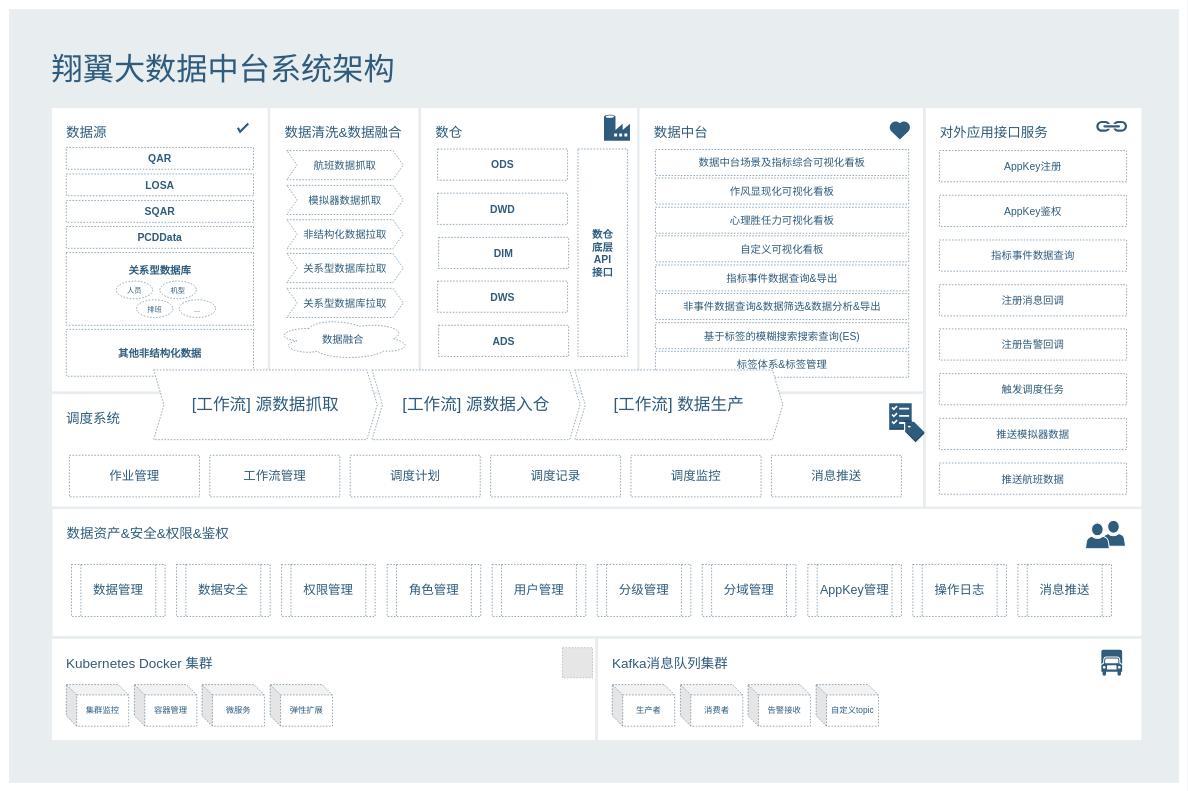
Before: xiangyi_datawarehouse.drawio in chruit30/draw.io, a draw.io diagram. Source tidied: cells renumbered, new cells numbered last; positions are measured from the earlier drawing's top-left corner, leaving out a move shared by most shapes. Both pictures are drawn from the tidied source at 52%, with x=0, y=0 at pixel (9, 9). Pictures stored in the file or linked from it are replaced by grey dashed boxes.
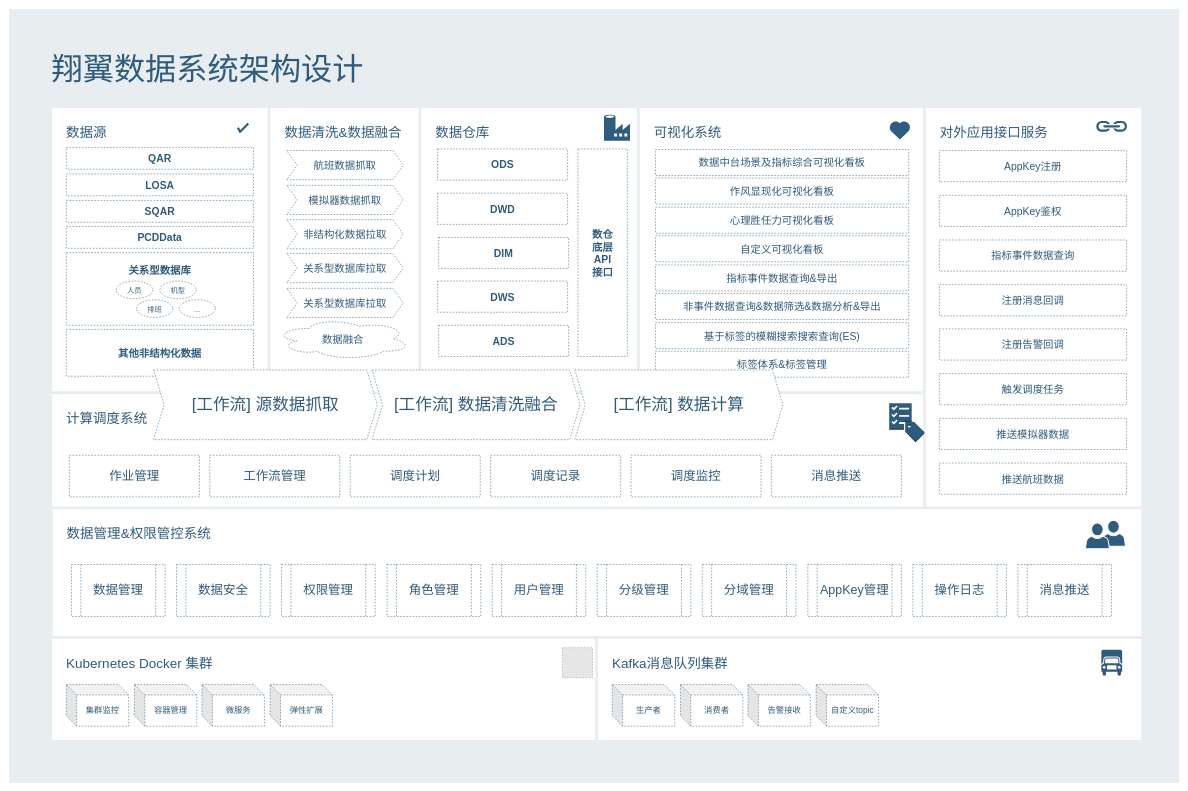
After the change.

The edit, as a diff of the source:
```diff
@@
-    <mxCell id="5" value="&lt;div style=&quot;font-size: 26px&quot;&gt;数仓&lt;br style=&quot;font-size: 12px;&quot;&gt;&lt;/div&gt;&lt;div&gt;&lt;b&gt;&lt;br&gt;&lt;/b&gt;&lt;/div&gt;&lt;div&gt;&lt;b&gt;&lt;br&gt;&lt;/b&gt;&lt;/div&gt;&lt;div&gt;&lt;b&gt;&lt;br&gt;&lt;/b&gt;&lt;/div&gt;&lt;div style=&quot;font-size: 10px&quot;&gt;&lt;br&gt;&lt;/div&gt;" style="rounded=0;whiteSpace=wrap;html=1;shadow=0;labelBackgroundColor=none;strokeColor=#e8edf0;strokeWidth=5;fillColor=#ffffff;fontSize=12;fontColor=#2F5B7C;align=left;verticalAlign=top;spacing=30;" parent="1" vertex="1">
+    <mxCell id="5" value="&lt;div style=&quot;font-size: 26px&quot;&gt;数据仓库&lt;br style=&quot;font-size: 12px;&quot;&gt;&lt;/div&gt;&lt;div&gt;&lt;b&gt;&lt;br&gt;&lt;/b&gt;&lt;/div&gt;&lt;div&gt;&lt;b&gt;&lt;br&gt;&lt;/b&gt;&lt;/div&gt;&lt;div&gt;&lt;b&gt;&lt;br&gt;&lt;/b&gt;&lt;/div&gt;&lt;div style=&quot;font-size: 10px&quot;&gt;&lt;br&gt;&lt;/div&gt;" style="rounded=0;whiteSpace=wrap;html=1;shadow=0;labelBackgroundColor=none;strokeColor=#e8edf0;strokeWidth=5;fillColor=#ffffff;fontSize=12;fontColor=#2F5B7C;align=left;verticalAlign=top;spacing=30;" parent="1" vertex="1">
       <mxGeometry x="790" y="188" width="420" height="550" as="geometry" />
     </mxCell>
@@
-    <mxCell id="7" value="&lt;div&gt;&lt;font style=&quot;font-size: 26px&quot;&gt;数据中台&lt;/font&gt;&lt;/div&gt;&lt;div&gt;&lt;br&gt;&lt;/div&gt;&lt;div&gt;&lt;br&gt;&lt;/div&gt;&lt;div style=&quot;font-size: 10px&quot;&gt;&lt;br&gt;&lt;/div&gt;" style="rounded=0;whiteSpace=wrap;html=1;shadow=0;labelBackgroundColor=none;strokeColor=#e8edf0;strokeWidth=5;fillColor=#ffffff;fontSize=12;fontColor=#2F5B7C;align=left;verticalAlign=top;spacing=30;" parent="1" vertex="1">
+    <mxCell id="7" value="&lt;div&gt;&lt;font style=&quot;font-size: 26px&quot;&gt;可视化系统&lt;/font&gt;&lt;/div&gt;&lt;div&gt;&lt;br&gt;&lt;/div&gt;&lt;div&gt;&lt;br&gt;&lt;/div&gt;&lt;div style=&quot;font-size: 10px&quot;&gt;&lt;br&gt;&lt;/div&gt;" style="rounded=0;whiteSpace=wrap;html=1;shadow=0;labelBackgroundColor=none;strokeColor=#e8edf0;strokeWidth=5;fillColor=#ffffff;fontSize=12;fontColor=#2F5B7C;align=left;verticalAlign=top;spacing=30;" parent="1" vertex="1">
       <mxGeometry x="1210" y="188" width="550" height="550" as="geometry" />
     </mxCell>
@@
-    <mxCell id="10" value="翔翼大数据中台系统架构" style="text;html=1;align=left;verticalAlign=top;spacingTop=-4;fontSize=60;fontColor=#2F5B7C;" parent="1" vertex="1">
-      <mxGeometry x="80" y="78" width="680" height="80" as="geometry" />
+    <mxCell id="10" value="翔翼数据系统架构设计" style="text;html=1;align=left;verticalAlign=top;spacingTop=-4;fontSize=60;fontColor=#2F5B7C;" parent="1" vertex="1">
+      <mxGeometry x="80" y="78" width="620" height="80" as="geometry" />
     </mxCell>
@@
-    <mxCell id="22" value="&lt;div style=&quot;font-size: 26px&quot;&gt;调度系统&lt;br&gt;&lt;/div&gt;" style="rounded=0;whiteSpace=wrap;html=1;shadow=0;labelBackgroundColor=none;strokeColor=#e8edf0;strokeWidth=5;fillColor=#ffffff;fontSize=12;fontColor=#2F5B7C;align=left;verticalAlign=top;spacing=30;" parent="1" vertex="1">
+    <mxCell id="22" value="&lt;div style=&quot;font-size: 26px&quot;&gt;计算调度系统&lt;br&gt;&lt;/div&gt;" style="rounded=0;whiteSpace=wrap;html=1;shadow=0;labelBackgroundColor=none;strokeColor=#e8edf0;strokeWidth=5;fillColor=#ffffff;fontSize=12;fontColor=#2F5B7C;align=left;verticalAlign=top;spacing=30;" parent="1" vertex="1">
       <mxGeometry x="80" y="738" width="1680" height="230" as="geometry" />
     </mxCell>
@@
-    <mxCell id="25" value="&lt;div style=&quot;font-size: 26px&quot;&gt;数据资产&amp;amp;安全&amp;amp;权限&amp;amp;鉴权&lt;/div&gt;" style="rounded=0;whiteSpace=wrap;html=1;shadow=0;labelBackgroundColor=none;strokeColor=#e8edf0;strokeWidth=5;fillColor=#ffffff;fontSize=12;fontColor=#2F5B7C;align=left;verticalAlign=top;spacing=30;" parent="1" vertex="1">
+    <mxCell id="25" value="&lt;div style=&quot;font-size: 26px&quot;&gt;数据管理&amp;amp;权限管控系统&lt;/div&gt;" style="rounded=0;whiteSpace=wrap;html=1;shadow=0;labelBackgroundColor=none;strokeColor=#e8edf0;strokeWidth=5;fillColor=#ffffff;fontSize=12;fontColor=#2F5B7C;align=left;verticalAlign=top;spacing=30;" parent="1" vertex="1">
       <mxGeometry x="81" y="959" width="2099" height="249" as="geometry" />
     </mxCell>
@@
-    <mxCell id="29" value="&lt;span style=&quot;font-size: 32px;&quot;&gt;[工作流] 源数据入仓&lt;/span&gt;" style="shape=step;perimeter=stepPerimeter;whiteSpace=wrap;html=1;fixedSize=1;dashed=1;fontSize=20;fontColor=#2F5B7C;strokeColor=#2F5B7C;" parent="1" vertex="1">
+    <mxCell id="29" value="&lt;span style=&quot;font-size: 32px;&quot;&gt;[工作流] 数据清洗融合&lt;/span&gt;" style="shape=step;perimeter=stepPerimeter;whiteSpace=wrap;html=1;fixedSize=1;dashed=1;fontSize=20;fontColor=#2F5B7C;strokeColor=#2F5B7C;" parent="1" vertex="1">
       <mxGeometry x="698" y="694" width="400" height="134" as="geometry" />
     </mxCell>
@@
-    <mxCell id="74" value="&lt;span style=&quot;font-size: 32px;&quot;&gt;[工作流] 数据生产&lt;/span&gt;" style="shape=step;perimeter=stepPerimeter;whiteSpace=wrap;html=1;fixedSize=1;dashed=1;fontSize=20;fontColor=#2F5B7C;strokeColor=#2F5B7C;" parent="1" vertex="1">
+    <mxCell id="74" value="&lt;span style=&quot;font-size: 32px;&quot;&gt;[工作流] 数据计算&lt;/span&gt;" style="shape=step;perimeter=stepPerimeter;whiteSpace=wrap;html=1;fixedSize=1;dashed=1;fontSize=20;fontColor=#2F5B7C;strokeColor=#2F5B7C;" parent="1" vertex="1">
       <mxGeometry x="1088" y="694" width="400" height="134" as="geometry" />
     </mxCell>
```
